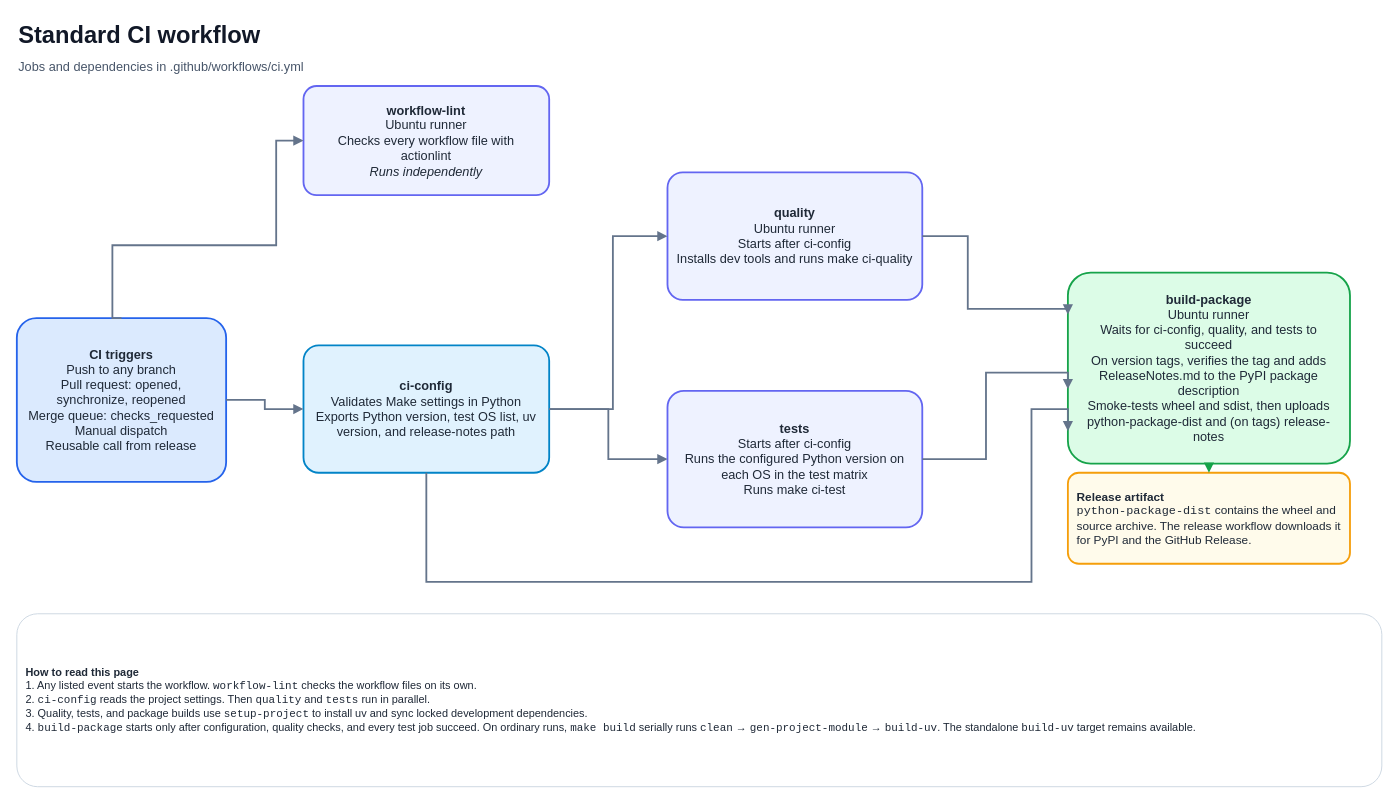
Earlier version of the draw.io diagram page "1 · Standard CI" (1 of 4) of docs/ci-workflows.drawio (GaaabLiz/Python-ci-make-template). Source tidied: cells renumbered, new cells numbered last; positions are measured from the earlier drawing's top-left corner, leaving out a move shared by most shapes. Both pictures are drawn from the tidied source at 91%, with x=0, y=0 at pixel (16, 15).
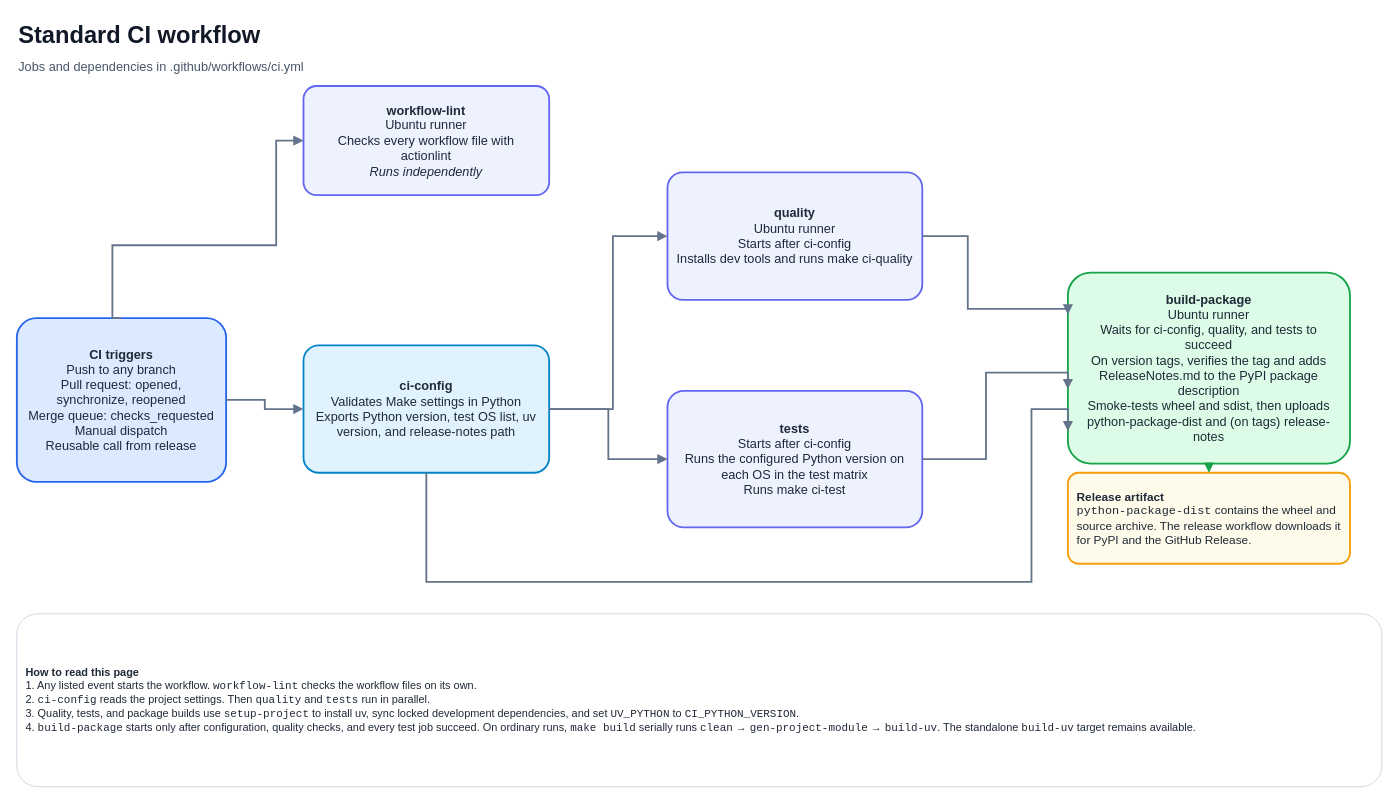
After the change.

Commit message (it also covers changes not shown here):
fix(ci): keep uv commands on configured Python

The edit, as a diff of the source:
```diff
@@
-    <mxCell id="11" value="&lt;b&gt;How to read this page&lt;/b&gt;&lt;br&gt;1. Any listed event starts the workflow. &lt;code&gt;workflow-lint&lt;/code&gt; checks the workflow files on its own.&lt;br&gt;2. &lt;code&gt;ci-config&lt;/code&gt; reads the project settings. Then &lt;code&gt;quality&lt;/code&gt; and &lt;code&gt;tests&lt;/code&gt; run in parallel.&lt;br&gt;3. Quality, tests, and package builds use &lt;code&gt;setup-project&lt;/code&gt; to install uv and sync locked development dependencies.&lt;br&gt;4. &lt;code&gt;build-package&lt;/code&gt; starts only after configuration, quality checks, and every test job succeed. On ordinary runs, &lt;code&gt;make build&lt;/code&gt; serially runs &lt;code&gt;clean&lt;/code&gt; → &lt;code&gt;gen-project-module&lt;/code&gt; → &lt;code&gt;build-uv&lt;/code&gt;. The standalone &lt;code&gt;build-uv&lt;/code&gt; target remains available." style="rounded=1;whiteSpace=wrap;html=1;align=center;verticalAlign=middle;fontFamily=Helvetica;fontSize=14;fontColor=#1f2937;spacing=10;fillColor=#ffffff;strokeColor=#cbd5e1;strokeWidth=2;arcSize=12;fontSize=12;align=left;verticalAlign=middle;strokeWidth=1;" parent="1" vertex="1">
+    <mxCell id="11" value="&lt;b&gt;How to read this page&lt;/b&gt;&lt;br&gt;1. Any listed event starts the workflow. &lt;code&gt;workflow-lint&lt;/code&gt; checks the workflow files on its own.&lt;br&gt;2. &lt;code&gt;ci-config&lt;/code&gt; reads the project settings. Then &lt;code&gt;quality&lt;/code&gt; and &lt;code&gt;tests&lt;/code&gt; run in parallel.&lt;br&gt;3. Quality, tests, and package builds use &lt;code&gt;setup-project&lt;/code&gt; to install uv, sync locked development dependencies, and set &lt;code&gt;UV_PYTHON&lt;/code&gt; to &lt;code&gt;CI_PYTHON_VERSION&lt;/code&gt;.&lt;br&gt;4. &lt;code&gt;build-package&lt;/code&gt; starts only after configuration, quality checks, and every test job succeed. On ordinary runs, &lt;code&gt;make build&lt;/code&gt; serially runs &lt;code&gt;clean&lt;/code&gt; → &lt;code&gt;gen-project-module&lt;/code&gt; → &lt;code&gt;build-uv&lt;/code&gt;. The standalone &lt;code&gt;build-uv&lt;/code&gt; target remains available." style="rounded=1;whiteSpace=wrap;html=1;align=center;verticalAlign=middle;fontFamily=Helvetica;fontSize=14;fontColor=#1f2937;spacing=10;fillColor=#ffffff;strokeColor=#cbd5e1;strokeWidth=2;arcSize=12;fontSize=12;align=left;verticalAlign=middle;strokeWidth=1;" parent="1" vertex="1">
       <mxGeometry y="657" width="1500" height="190" as="geometry" />
     </mxCell>
```
